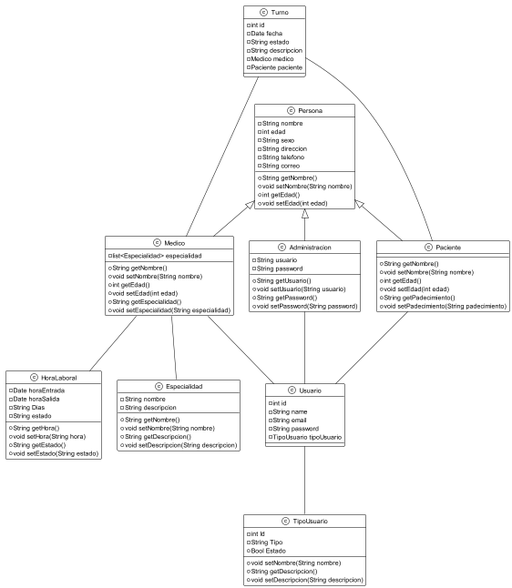
seba-cali/tp-cuatrimestral-equipo-23 keeps this PlantUML diagram as clinicauml.png. Above is the earlier version.
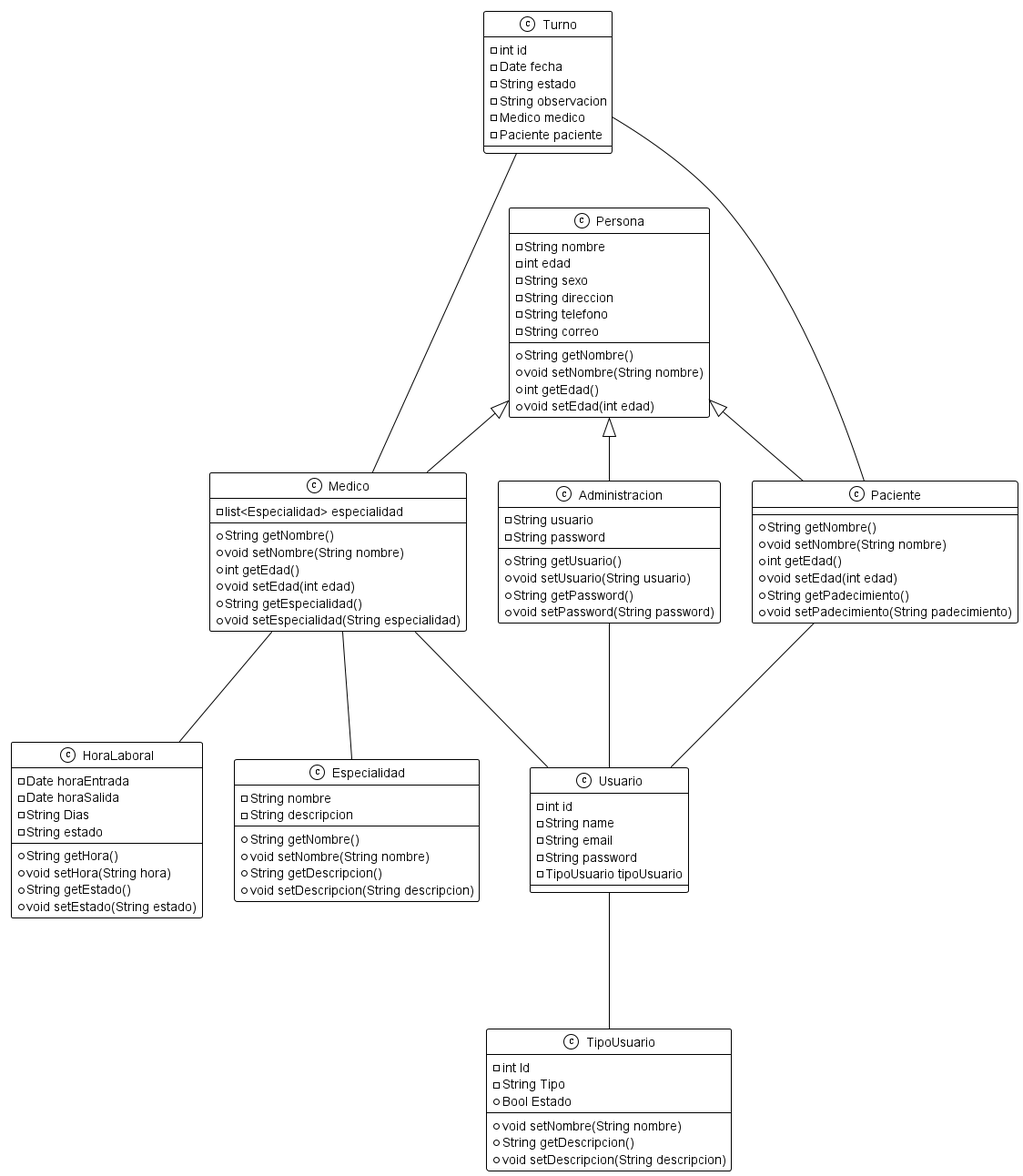
Later version of the same file.

Diff of the diagram source:
```diff
@@ -12,9 +12,6 @@
 Medico --- Usuario
 Usuario --- TipoUsuario
 
-
-
-
 class Usuario{
 -int id
 -String name
@@ -26,7 +23,7 @@
     -int id
     -Date fecha
     -String estado
-    -String descripcion
+    -String observacion
     -Medico medico
     -Paciente paciente
     }
```
